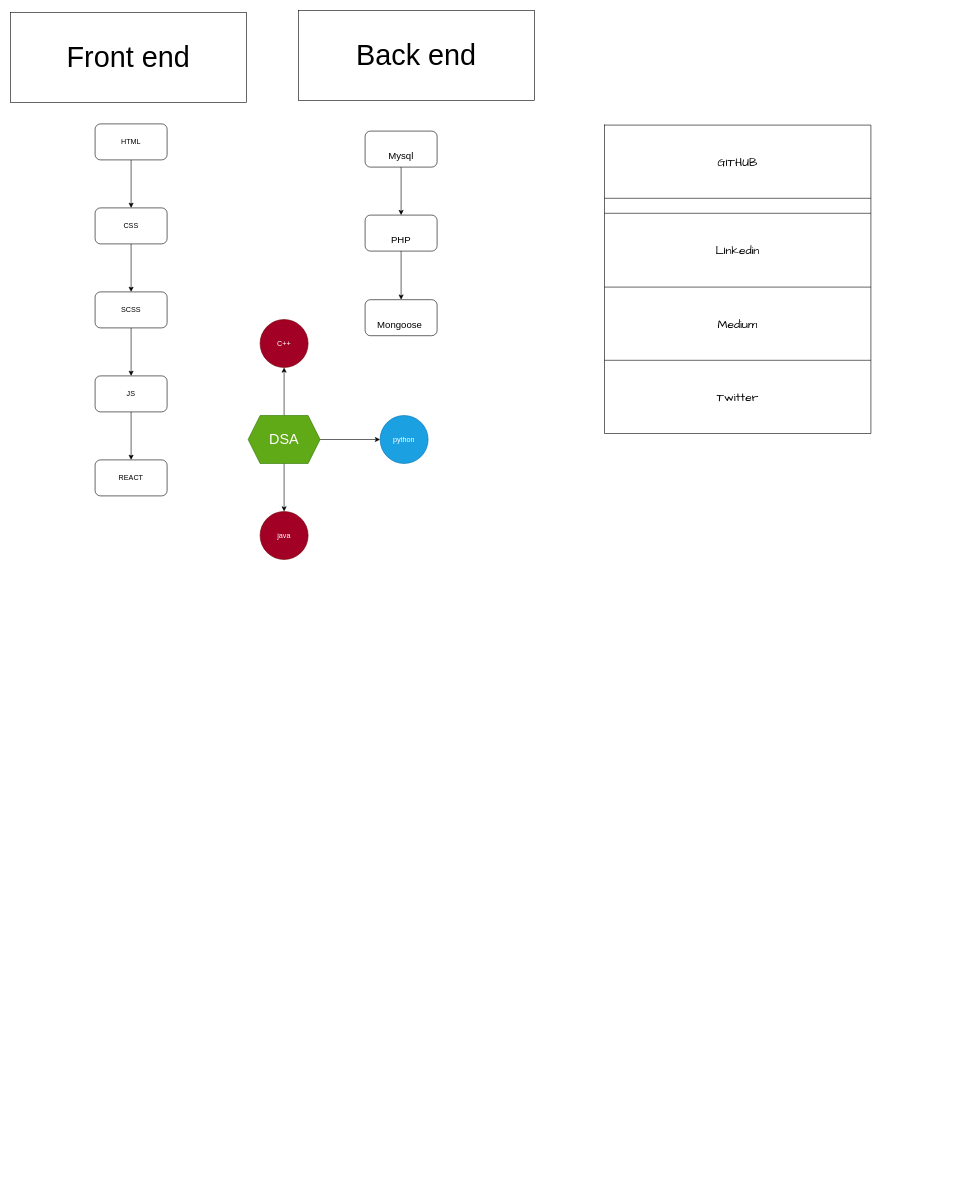
Earlier version of the draw.io diagram drawing.drawio (luxorishere/pythontheory). Source tidied: cells renumbered, new cells numbered last; positions are measured from the earlier drawing's top-left corner, leaving out a move shared by most shapes. Both pictures are drawn from the tidied source at 60%, with x=0, y=0 at pixel (10, 10).
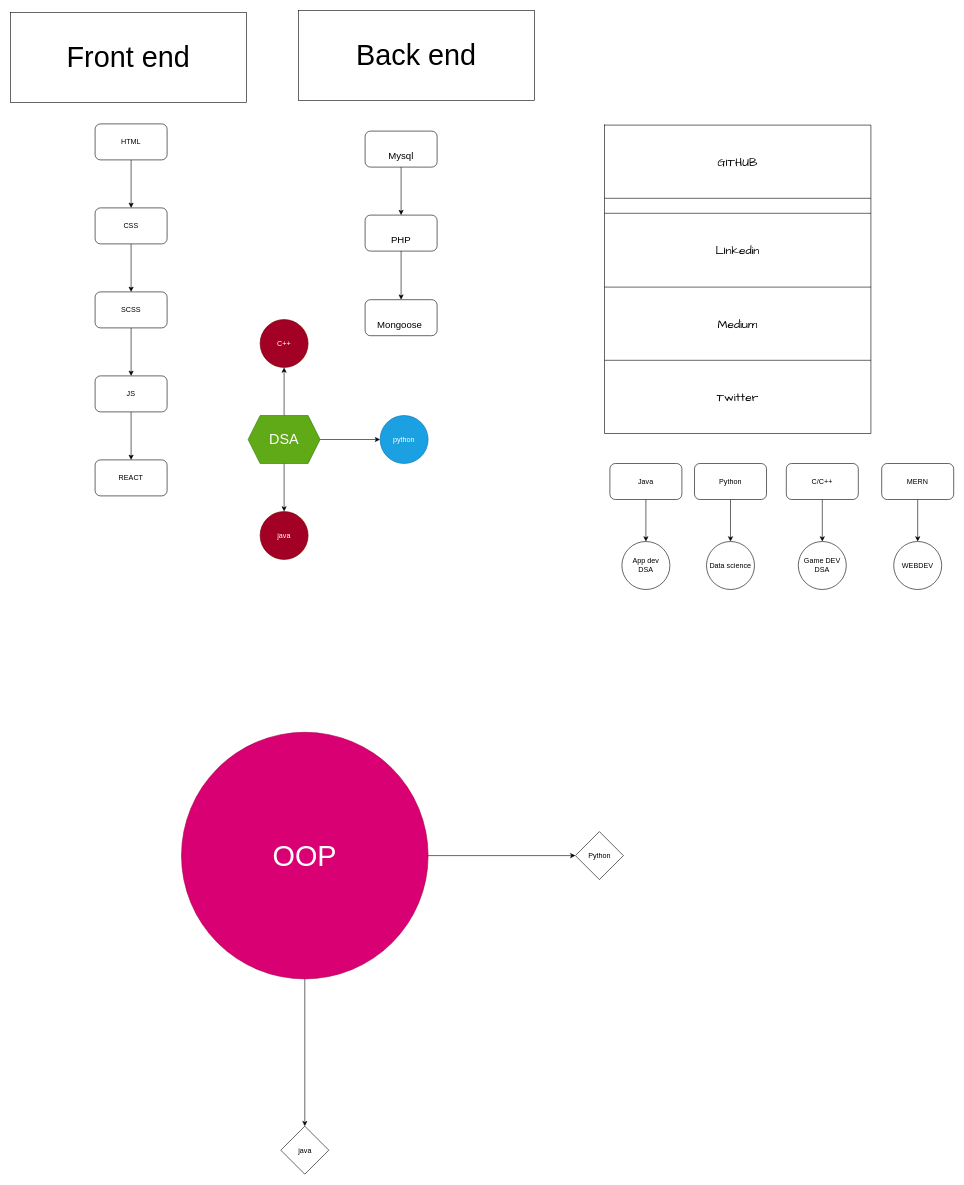
Above is the later version.

Change to the diagram source:
```diff
@@
+    <mxCell id="36" style="edgeStyle=none;html=1;" parent="1" edge="1" source="37" target="38">
+      <mxGeometry relative="1" as="geometry" />
+    </mxCell>
+    <mxCell id="37" value="Java" style="rounded=1;whiteSpace=wrap;html=1;" parent="1" vertex="1">
+      <mxGeometry x="999" y="755" width="120" height="60" as="geometry" />
+    </mxCell>
+    <mxCell id="38" value="App dev&lt;br&gt;DSA" style="ellipse;whiteSpace=wrap;html=1;rounded=1;" parent="1" vertex="1">
+      <mxGeometry x="1019" y="885" width="80" height="80" as="geometry" />
+    </mxCell>
+    <mxCell id="39" style="edgeStyle=none;html=1;" parent="1" edge="1" source="40" target="41">
+      <mxGeometry relative="1" as="geometry" />
+    </mxCell>
+    <mxCell id="40" value="Python" style="rounded=1;whiteSpace=wrap;html=1;" parent="1" vertex="1">
+      <mxGeometry x="1140" y="755" width="120" height="60" as="geometry" />
+    </mxCell>
+    <mxCell id="41" value="Data science" style="ellipse;whiteSpace=wrap;html=1;rounded=1;" parent="1" vertex="1">
+      <mxGeometry x="1160" y="885" width="80" height="80" as="geometry" />
+    </mxCell>
+    <mxCell id="42" style="edgeStyle=none;html=1;" parent="1" edge="1" source="43" target="44">
+      <mxGeometry relative="1" as="geometry" />
+    </mxCell>
+    <mxCell id="43" value="C/C++" style="rounded=1;whiteSpace=wrap;html=1;" parent="1" vertex="1">
+      <mxGeometry x="1293" y="755" width="120" height="60" as="geometry" />
+    </mxCell>
+    <mxCell id="44" value="Game DEV&lt;br&gt;DSA" style="ellipse;whiteSpace=wrap;html=1;rounded=1;" parent="1" vertex="1">
+      <mxGeometry x="1313" y="885" width="80" height="80" as="geometry" />
+    </mxCell>
+    <mxCell id="45" style="edgeStyle=none;html=1;" parent="1" edge="1" source="46" target="47">
+      <mxGeometry relative="1" as="geometry" />
+    </mxCell>
+    <mxCell id="46" value="MERN" style="rounded=1;whiteSpace=wrap;html=1;" parent="1" vertex="1">
+      <mxGeometry x="1452" y="755" width="120" height="60" as="geometry" />
+    </mxCell>
+    <mxCell id="47" value="WEBDEV" style="ellipse;whiteSpace=wrap;html=1;rounded=1;" parent="1" vertex="1">
+      <mxGeometry x="1472" y="885" width="80" height="80" as="geometry" />
+    </mxCell>
+    <mxCell id="48" style="edgeStyle=none;html=1;fontSize=48;" parent="1" edge="1" source="50" target="51">
+      <mxGeometry relative="1" as="geometry" />
+    </mxCell>
+    <mxCell id="49" style="edgeStyle=none;html=1;fontSize=48;" parent="1" edge="1" source="50" target="52">
+      <mxGeometry relative="1" as="geometry" />
+    </mxCell>
+    <mxCell id="50" value="&lt;font style=&quot;font-size: 48px;&quot;&gt;OOP&lt;/font&gt;" style="ellipse;whiteSpace=wrap;html=1;fillColor=#d80073;fontColor=#ffffff;strokeColor=#A50040;" parent="1" vertex="1">
+      <mxGeometry x="285" y="1203" width="411" height="411" as="geometry" />
+    </mxCell>
+    <mxCell id="51" value="Python&lt;br&gt;" style="rhombus;whiteSpace=wrap;html=1;" parent="1" vertex="1">
+      <mxGeometry x="941.5" y="1368.5" width="80" height="80" as="geometry" />
+    </mxCell>
+    <mxCell id="52" value="java" style="rhombus;whiteSpace=wrap;html=1;" parent="1" vertex="1">
+      <mxGeometry x="450.5" y="1859.5" width="80" height="80" as="geometry" />
+    </mxCell>
```
